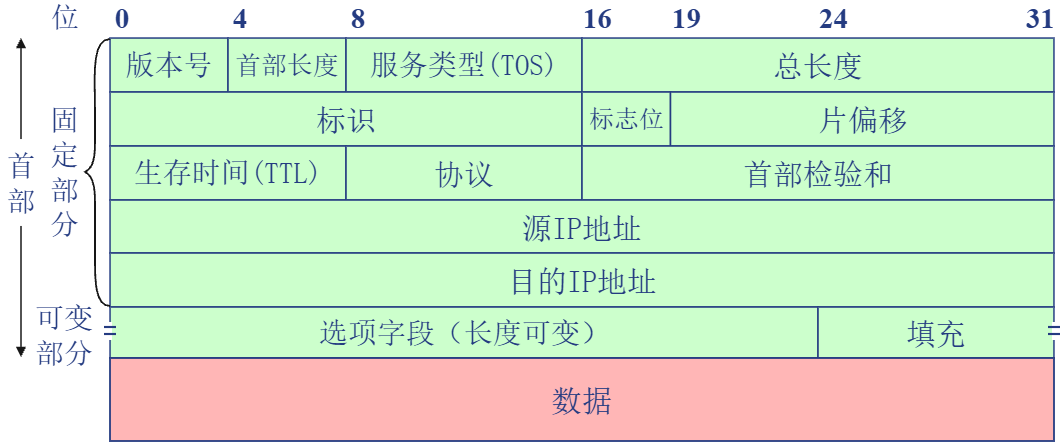
Before: network/IP 首部格式.drawio.png, a diagram exported from draw.io (oHo404/imgrepo). Source tidied: cells renumbered, new cells last; positions are measured from the earlier drawing's top-left corner, leaving out a move shared by most shapes.
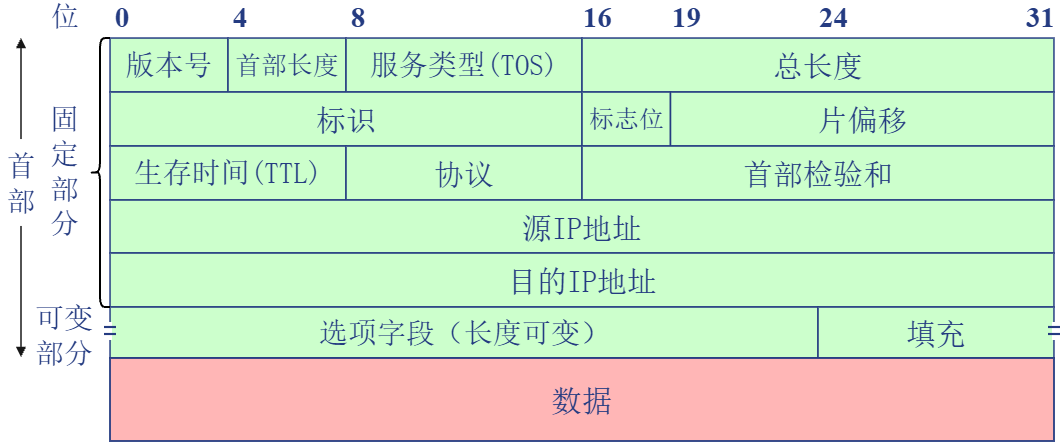
After the commit.

Commit message:
更新IP 首部格式.drawio.png

What changed in the source:
```diff
@@ -92,49 +92,6 @@
         <mxPoint x="21" y="357" as="targetPoint" />
       </mxGeometry>
     </mxCell>
-    <mxCell id="30" style="shape=connector;edgeStyle=none;rounded=0;html=0;startArrow=none;endArrow=none;endFill=1;endSize=6;strokeColor=#171717;strokeWidth=1.8;" parent="1" edge="1">
-      <mxGeometry relative="1" as="geometry">
-        <mxPoint x="110" y="39" as="sourcePoint" />
-        <mxPoint x="110" y="306" as="targetPoint" />
-        <Array as="points">
-          <mxPoint x="104.5" y="40.4" />
-          <mxPoint x="100.4" y="44.4" />
-          <mxPoint x="97.7" y="50.5" />
-          <mxPoint x="95.9" y="58.3" />
-          <mxPoint x="95" y="67.5" />
-          <mxPoint x="94.7" y="77.5" />
-          <mxPoint x="94.7" y="88.1" />
-          <mxPoint x="94.9" y="98.7" />
-          <mxPoint x="95" y="109" />
-          <mxPoint x="95" y="143" />
-          <mxPoint x="94.9" y="148.4" />
-          <mxPoint x="94.6" y="153.3" />
-          <mxPoint x="93.9" y="157.7" />
-          <mxPoint x="93" y="161.6" />
-          <mxPoint x="91.7" y="165" />
-          <mxPoint x="89.9" y="167.9" />
-          <mxPoint x="87.7" y="170.2" />
-          <mxPoint x="85" y="172" />
-          <mxPoint x="87.7" y="173.8" />
-          <mxPoint x="89.9" y="176.3" />
-          <mxPoint x="91.7" y="179.3" />
-          <mxPoint x="93" y="182.9" />
-          <mxPoint x="93.9" y="187" />
-          <mxPoint x="94.6" y="191.6" />
-          <mxPoint x="94.9" y="196.6" />
-          <mxPoint x="95" y="202" />
-          <mxPoint x="95" y="254" />
-          <mxPoint x="95" y="261.6" />
-          <mxPoint x="95.1" y="269.4" />
-          <mxPoint x="95.3" y="277.3" />
-          <mxPoint x="96" y="284.7" />
-          <mxPoint x="97.2" y="291.6" />
-          <mxPoint x="99" y="297.4" />
-          <mxPoint x="101.6" y="302" />
-          <mxPoint x="105.3" y="304.9" />
-        </Array>
-      </mxGeometry>
-    </mxCell>
     <mxCell id="31" style="shape=rectangle;rounded=0;html=0;whiteSpace=wrap;align=center;verticalAlign=middle;spacing=0;fillColor=#FFFFFF;strokeColor=none;strokeWidth=1.55;fontFamily=SimSun;fontSize=28;fontColor=#243B81;fontStyle=0;" parent="1" vertex="1">
       <mxGeometry x="108" y="322" width="4" height="18" as="geometry" />
     </mxCell>
@@ -165,5 +122,8 @@
         <mxPoint x="1060" y="334" as="targetPoint" />
       </mxGeometry>
     </mxCell>
+    <mxCell id="37" style="shape=curlyBracket;whiteSpace=wrap;html=1;rounded=1;labelPosition=left;verticalLabelPosition=middle;align=right;verticalAlign=middle;labelPerimeter=1;strokeWidth=2;" parent="1" vertex="1">
+      <mxGeometry x="90" y="38" width="20" height="269" as="geometry" />
+    </mxCell>
   </root>
 </mxGraphModel>
```
